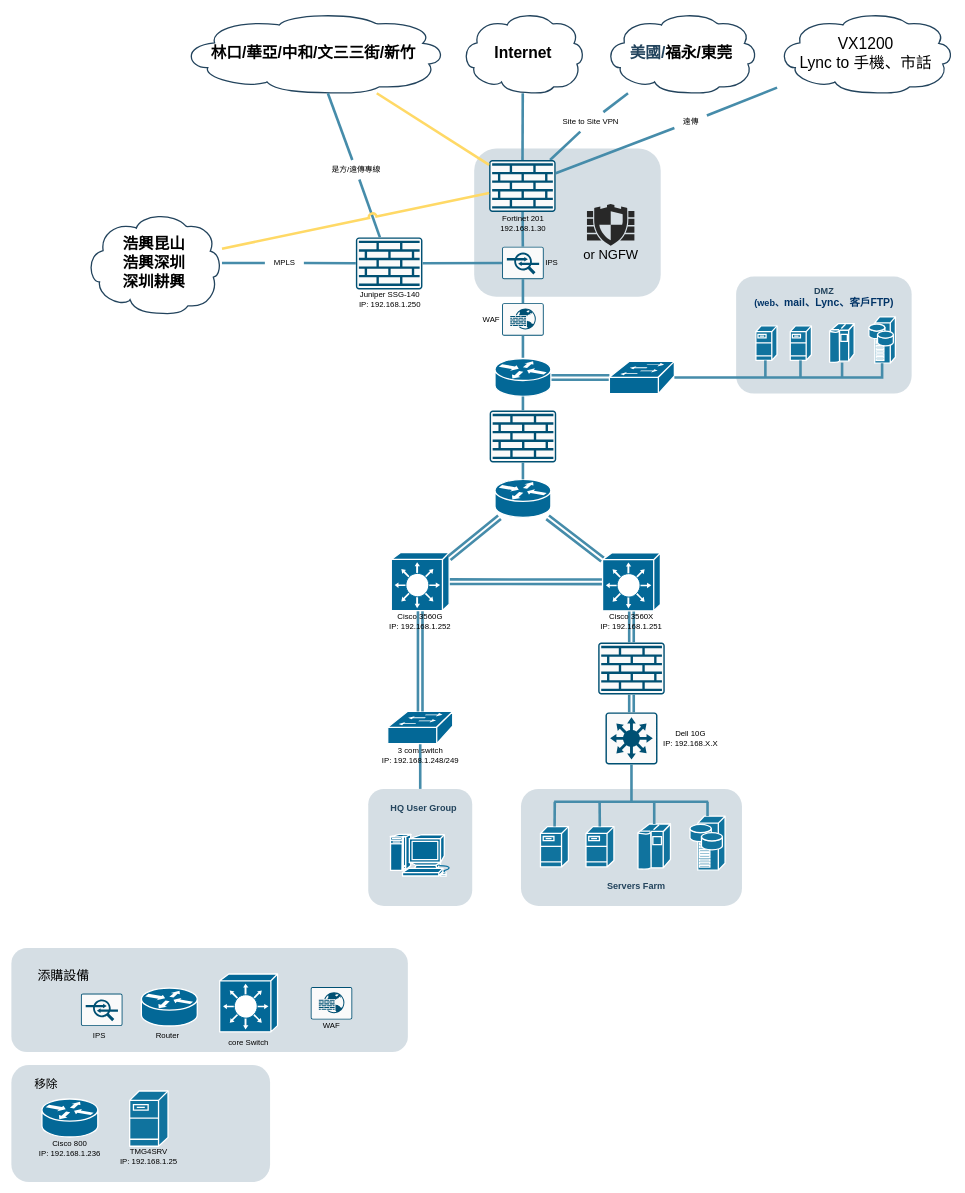
Earlier version of the draw.io diagram HQ-V2.drawio (KevinKuo2519/AI-Prpgram). Source tidied: cells renumbered, new cells numbered last; positions are measured from the earlier drawing's top-left corner, leaving out a move shared by most shapes. Both pictures are drawn from the tidied source at 65%, with x=0, y=0 at pixel (11, 12).
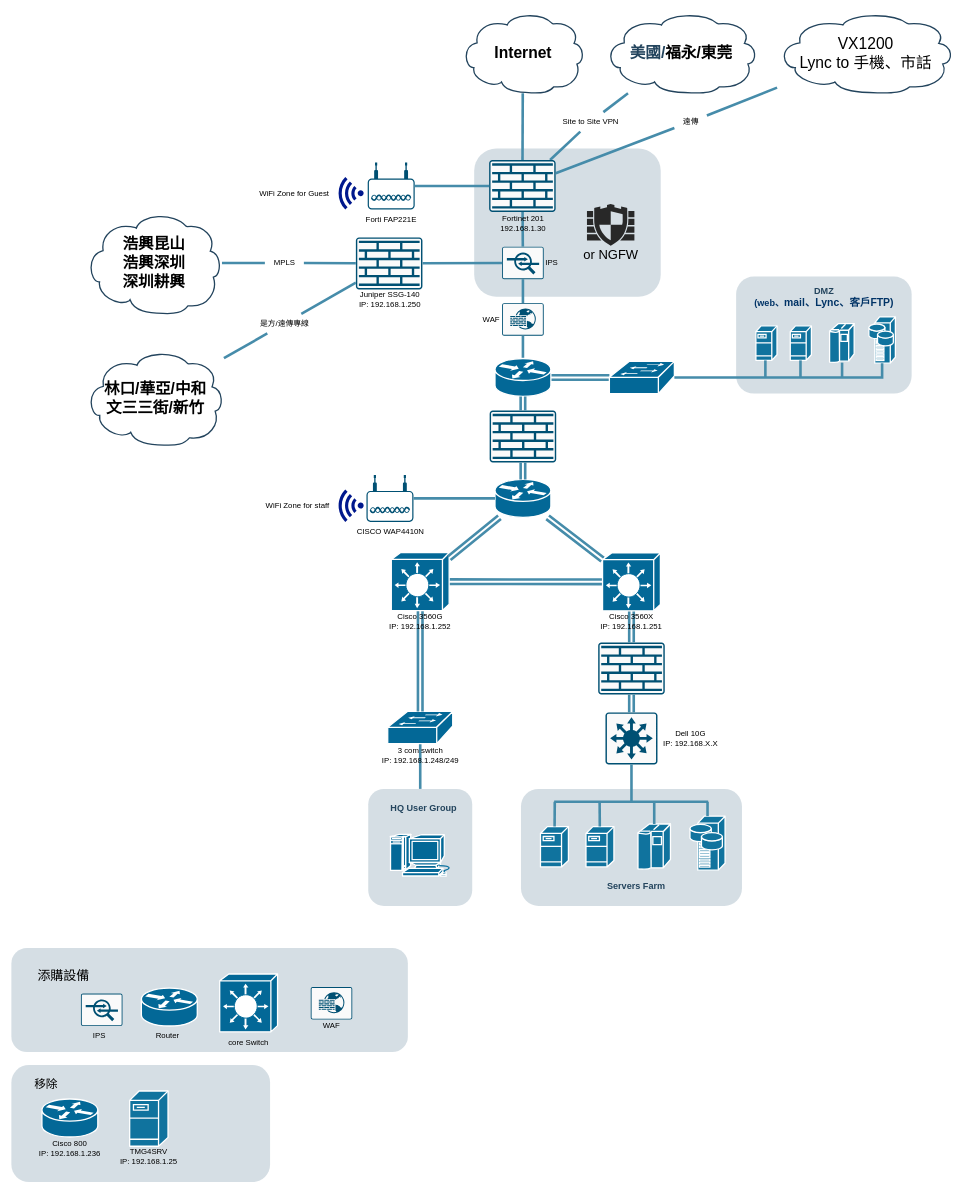
The same diagram, later.

The change refers to these unchanged cells:
```xml
<mxCell id="36" value="&lt;p style=&quot;margin-top: 0pt; margin-bottom: 0pt; margin-left: 0in; direction: ltr; unicode-bidi: embed; word-break: normal; font-size: 23px;&quot;&gt;&lt;/p&gt;&lt;p style=&quot;margin-top: 0pt; margin-bottom: 0pt; margin-left: 0in; direction: ltr; unicode-bidi: embed; word-break: normal;&quot;&gt;&lt;font style=&quot;background-color: initial;&quot; color=&quot;#000000&quot;&gt;&lt;span style=&quot;font-size: 18pt; font-family: 微軟正黑體;&quot;&gt;浩興昆山&lt;/span&gt;&lt;/font&gt;&lt;br&gt;&lt;/p&gt;&lt;p style=&quot;margin-top: 0pt; margin-bottom: 0pt; margin-left: 0in; direction: ltr; unicode-bidi: embed; word-break: normal;&quot;&gt;&lt;span style=&quot;font-family: 微軟正黑體; font-size: 18pt; color: rgb(0, 0, 0); background-color: initial;&quot;&gt;浩興深圳&lt;/span&gt;&lt;/p&gt;&lt;p style=&quot;margin-top: 0pt; margin-bottom: 0pt; margin-left: 0in; direction: ltr; unicode-bidi: embed; word-break: normal;&quot;&gt;&lt;span style=&quot;color: rgb(0, 0, 0); background-color: initial; font-size: 18pt; font-family: 微軟正黑體;&quot;&gt;深圳耕興&lt;/span&gt;&lt;br&gt;&lt;/p&gt;" style="shape=mxgraph.cisco.storage.cloud;html=1;dashed=0;strokeColor=#23445D;fillColor=#ffffff;strokeWidth=2;fontFamily=Helvetica;fontSize=24;fontColor=#23445D;align=center;fontStyle=1;" parent="1" vertex="1">
  <mxGeometry x="114" y="307.5" width="210" height="157" as="geometry" />
</mxCell>
<mxCell id="42" style="sketch=0;points=[[0.015,0.015,0],[0.985,0.015,0],[0.985,0.985,0],[0.015,0.985,0],[0.25,0,0],[0.5,0,0],[0.75,0,0],[1,0.25,0],[1,0.5,0],[1,0.75,0],[0.75,1,0],[0.5,1,0],[0.25,1,0],[0,0.75,0],[0,0.5,0],[0,0.25,0]];verticalLabelPosition=bottom;html=1;verticalAlign=top;align=center;shape=mxgraph.cisco19.rect;prIcon=firewall;fillColor=#FAFAFA;strokeColor=#005073;" parent="41" vertex="1">
  <mxGeometry x="0.5" width="102.4" height="80" as="geometry" />
</mxCell>
<mxCell id="50" style="shape=mxgraph.cisco.routers.router;sketch=0;html=1;dashed=0;fillColor=#036897;strokeColor=#ffffff;strokeWidth=2;verticalLabelPosition=bottom;verticalAlign=top;align=center;outlineConnect=0;" parent="1" vertex="1">
  <mxGeometry x="744" y="719" width="86" height="58.4" as="geometry" />
</mxCell>
<mxCell id="111" style="sketch=0;points=[[0.015,0.015,0],[0.985,0.015,0],[0.985,0.985,0],[0.015,0.985,0],[0.25,0,0],[0.5,0,0],[0.75,0,0],[1,0.25,0],[1,0.5,0],[1,0.75,0],[0.75,1,0],[0.5,1,0],[0.25,1,0],[0,0.75,0],[0,0.5,0],[0,0.25,0]];verticalLabelPosition=bottom;html=1;verticalAlign=top;align=center;shape=mxgraph.cisco19.rect;prIcon=firewall;fillColor=#FAFAFA;strokeColor=#005073;" parent="1" vertex="1">
  <mxGeometry x="735.8" y="613" width="102.4" height="80" as="geometry" />
</mxCell>
<mxCell id="112" style="shape=mxgraph.cisco.routers.router;sketch=0;html=1;dashed=0;fillColor=#036897;strokeColor=#ffffff;strokeWidth=2;verticalLabelPosition=bottom;verticalAlign=top;align=center;outlineConnect=0;" parent="1" vertex="1">
  <mxGeometry x="744" y="533" width="86" height="58.4" as="geometry" />
</mxCell>
```

The edit, as a diff of the source:
```diff
@@
-    <mxCell id="18" value="&lt;p style=&quot;margin-top: 0pt; margin-bottom: 0pt; margin-left: 0in; direction: ltr; unicode-bidi: embed; word-break: normal; font-size: 23px;&quot;&gt;&lt;/p&gt;&lt;p style=&quot;margin-top: 0pt; margin-bottom: 0pt; margin-left: 0in; direction: ltr; unicode-bidi: embed; word-break: normal;&quot;&gt;&lt;span style=&quot;background-color: initial; font-size: 18pt; color: rgb(0, 0, 0);&quot;&gt;林口/華亞/中和/文三三街/新竹&lt;/span&gt;&lt;/p&gt;" style="shape=mxgraph.cisco.storage.cloud;html=1;dashed=0;strokeColor=#23445D;fillColor=#ffffff;strokeWidth=2;fontFamily=Helvetica;fontSize=24;fontColor=#23445D;align=center;fontStyle=1;" parent="1" vertex="1">
-      <mxGeometry x="260" width="408" height="125" as="geometry" />
+    <mxCell id="18" value="&lt;p style=&quot;margin-top: 0pt; margin-bottom: 0pt; margin-left: 0in; direction: ltr; unicode-bidi: embed; word-break: normal; font-size: 23px;&quot;&gt;&lt;/p&gt;&lt;p style=&quot;margin-top: 0pt; margin-bottom: 0pt; margin-left: 0in; direction: ltr; unicode-bidi: embed; word-break: normal;&quot;&gt;&lt;span style=&quot;background-color: initial; font-size: 18pt; color: rgb(0, 0, 0);&quot;&gt;林口/華亞/中和&lt;/span&gt;&lt;/p&gt;&lt;p style=&quot;margin-top: 0pt; margin-bottom: 0pt; margin-left: 0in; direction: ltr; unicode-bidi: embed; word-break: normal;&quot;&gt;&lt;span style=&quot;background-color: initial; font-size: 18pt; color: rgb(0, 0, 0);&quot;&gt;文三三街/新竹&lt;/span&gt;&lt;/p&gt;" style="shape=mxgraph.cisco.storage.cloud;html=1;dashed=0;strokeColor=#23445D;fillColor=#ffffff;strokeWidth=2;fontFamily=Helvetica;fontSize=24;fontColor=#23445D;align=center;fontStyle=1;" parent="1" vertex="1">
+      <mxGeometry x="114" y="520" width="213" height="147" as="geometry" />
     </mxCell>
@@
     <mxCell id="48" value="是方/遠傳專線" style="text;html=1;align=center;verticalAlign=middle;points=[];strokeColor=none;fillColor=none;" parent="1" vertex="1">
-      <mxGeometry x="480" y="227.7" width="100" height="30" as="geometry" />
+      <mxGeometry x="370" y="464.5" width="100" height="30" as="geometry" />
     </mxCell>
@@
-    <mxCell id="109" style="rounded=1;jettySize=auto;html=1;strokeColor=#FFD966;strokeWidth=4;endArrow=none;endFill=0;elbow=vertical;" parent="1" edge="1" source="42" target="18">
-      <mxGeometry relative="1" as="geometry" />
-    </mxCell>
-    <mxCell id="110" style="rounded=1;jettySize=auto;html=1;strokeColor=#FFD966;strokeWidth=4;endArrow=none;endFill=0;elbow=vertical;jumpStyle=arc;" parent="1" edge="1" source="42" target="36">
-      <mxGeometry relative="1" as="geometry" />
-    </mxCell>
@@
-    <mxCell id="113" style="rounded=1;jettySize=auto;html=1;endArrow=none;endFill=0;strokeWidth=4;strokeColor=#468CAA;" parent="1" edge="1" source="111" target="112">
+    <mxCell id="113" style="rounded=1;jettySize=auto;html=1;endArrow=none;endFill=0;strokeWidth=4;strokeColor=#468CAA;shape=link;" parent="1" edge="1" source="111" target="112">
       <mxGeometry relative="1" as="geometry" />
     </mxCell>
-    <mxCell id="114" style="rounded=1;jettySize=auto;html=1;endArrow=none;endFill=0;strokeWidth=4;strokeColor=#468CAA;" parent="1" edge="1" source="111" target="50">
+    <mxCell id="114" style="rounded=1;jettySize=auto;html=1;endArrow=none;endFill=0;strokeWidth=4;strokeColor=#468CAA;shape=link;" parent="1" edge="1" source="111" target="50">
       <mxGeometry relative="1" as="geometry" />
     </mxCell>
+    <mxCell id="115" style="points=[[0.03,0.36,0],[0.18,0,0],[0.5,0.34,0],[0.82,0,0],[0.97,0.36,0],[1,0.67,0],[0.975,0.975,0],[0.5,1,0],[0.025,0.975,0],[0,0.67,0]];verticalLabelPosition=bottom;sketch=0;html=1;verticalAlign=top;align=center;shape=mxgraph.cisco19.wireless_access_point;fillColor=#005073;strokeColor=none;" parent="1" vertex="1">
+      <mxGeometry x="548.2" y="231.5" width="72.3" height="72.3" as="geometry" />
+    </mxCell>
+    <mxCell id="116" style="rounded=1;jettySize=auto;html=1;strokeColor=#468CAA;endArrow=none;endFill=0;strokeWidth=4;" parent="1" edge="1" source="42" target="115">
+      <mxGeometry relative="1" as="geometry" />
+    </mxCell>
+    <mxCell id="117" style="sketch=0;shadow=0;dashed=0;html=1;strokeColor=none;labelPosition=center;verticalLabelPosition=bottom;verticalAlign=top;align=center;fillColor=#00188D;shape=mxgraph.mscae.enterprise.wireless_connection;direction=west;" parent="1" vertex="1">
+      <mxGeometry x="500" y="253.8" width="42" height="50" as="geometry" />
+    </mxCell>
+    <mxCell id="118" style="sketch=0;shadow=0;dashed=0;html=1;strokeColor=none;labelPosition=center;verticalLabelPosition=bottom;verticalAlign=top;align=center;fillColor=#00188D;shape=mxgraph.mscae.enterprise.wireless_connection;direction=west;" parent="1" vertex="1">
+      <mxGeometry x="500" y="734.4" width="42" height="50" as="geometry" />
+    </mxCell>
+    <mxCell id="119" value="WiFi Zone for Guest" style="text;html=1;align=center;verticalAlign=middle;strokeColor=none;fillColor=none;" parent="1" vertex="1">
+      <mxGeometry x="370" y="263.8" width="130" height="30" as="geometry" />
+    </mxCell>
+    <mxCell id="120" value="WiFi Zone for staff" style="text;html=1;align=center;verticalAlign=middle;strokeColor=none;fillColor=none;" parent="1" vertex="1">
+      <mxGeometry x="380" y="744.4" width="120" height="30" as="geometry" />
+    </mxCell>
+    <mxCell id="121" value="Forti FAP221E" style="text;html=1;align=center;verticalAlign=middle;strokeColor=none;fillColor=none;" parent="1" vertex="1">
+      <mxGeometry x="534.3" y="303.8" width="100" height="30" as="geometry" />
+    </mxCell>
+    <mxCell id="122" style="points=[[0.03,0.36,0],[0.18,0,0],[0.5,0.34,0],[0.82,0,0],[0.97,0.36,0],[1,0.67,0],[0.975,0.975,0],[0.5,1,0],[0.025,0.975,0],[0,0.67,0]];verticalLabelPosition=bottom;sketch=0;html=1;verticalAlign=top;align=center;shape=mxgraph.cisco19.wireless_access_point;fillColor=#005073;strokeColor=none;" parent="1" vertex="1">
+      <mxGeometry x="546.3" y="712.1" width="72.3" height="72.3" as="geometry" />
+    </mxCell>
+    <mxCell id="123" style="rounded=1;jettySize=auto;html=1;strokeColor=#468CAA;endArrow=none;endFill=0;strokeWidth=4;" parent="1" edge="1" source="50" target="122">
+      <mxGeometry relative="1" as="geometry" />
+    </mxCell>
+    <mxCell id="124" value="CISCO WAP4410N" style="text;html=1;align=center;verticalAlign=middle;strokeColor=none;fillColor=none;" parent="1" vertex="1">
+      <mxGeometry x="517.5" y="784.4" width="130" height="30" as="geometry" />
+    </mxCell>
```
